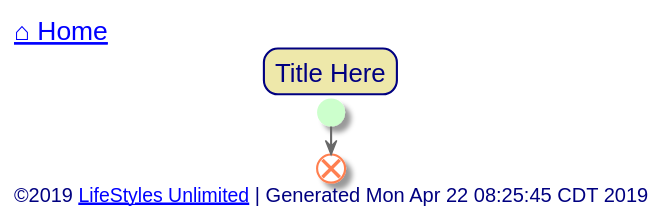
toddmo/lifestylesunlimited keeps this PlantUML diagram as out/src/common/name-here.svg. Above is the earlier version.
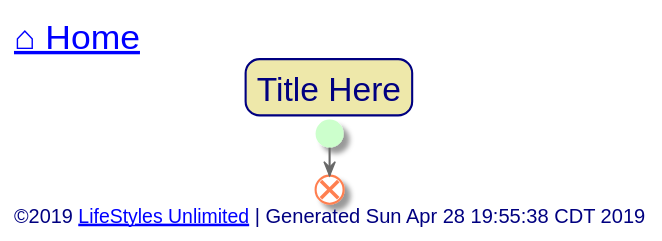
After the commit.

Change to the diagram source:
```diff
@@ -11,11 +11,13 @@
   BackgroundColor PaleGoldenRod
   BorderColor Navy
   BorderRoundCorner 20
+  FontSize 24
 }
 
 skinparam activity {
   BackgroundColor Ivory
   BorderColor CornflowerBlue
+  BorderThickness 1
   FontColor DimGray
 
 
@@ -73,7 +75,7 @@
 
 
 left header
-	<font color=Navy size=18>[[../index.svg ⌂ Home]]</font>
+	<font color=Navy size=24>[[../index.svg ⌂ Home]]</font>
 endheader
 
 
@@ -85,7 +87,7 @@
 
 
 left footer
-	<font size=14>©2019 [[http://www.lifestylesunlimited.com LifeStyles Unlimited]] | Generated Mon Apr 22 08:25:45 CDT 2019</font>
+	<font size=14>©2019 [[http://www.lifestylesunlimited.com LifeStyles Unlimited]] | Generated Sun Apr 28 19:55:38 CDT 2019</font>
 endfooter
 
 
```
